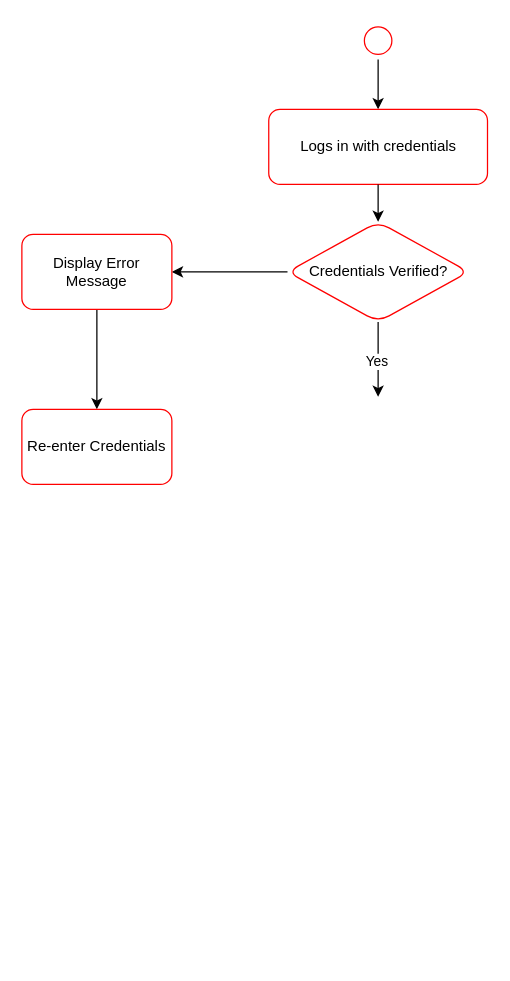
Before: DIAGRAMS/Activity Diagram 2.drawio in 551462-Design-Develop-Deploy-24-25/001-port-individual-software-project-portfolio-MMukhtar1885, a draw.io diagram. Source tidied: cells renumbered, new cells numbered last; positions are measured from the earlier drawing's top-left corner, leaving out a move shared by most shapes. Both pictures are drawn from the tidied source at 125%, with x=0, y=0 at pixel (21, 21).
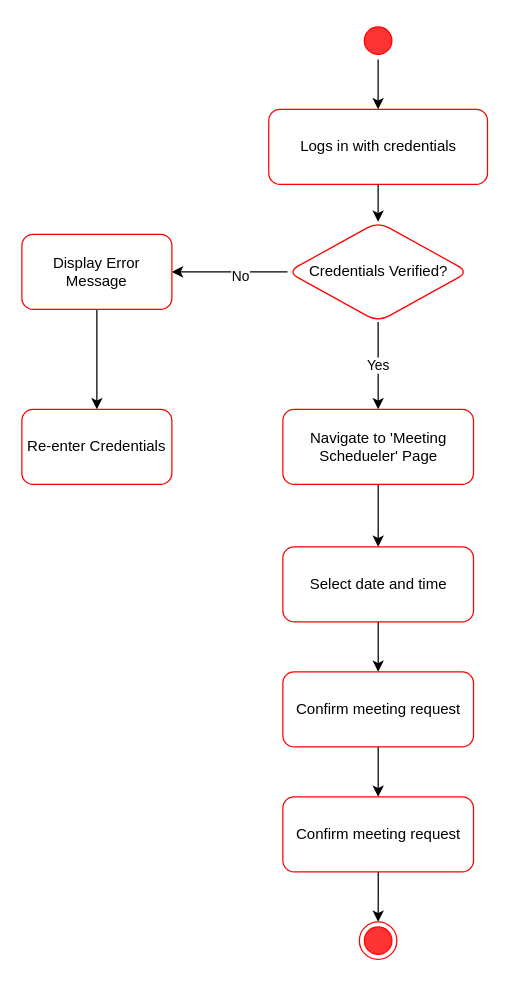
The same diagram, later.

Unchanged cells that the change refers to:
```xml
<mxCell id="8" value="Credentials Verified?" style="rhombus;whiteSpace=wrap;html=1;fillColor=#FFFFFF;strokeColor=#ff0000;rounded=1;" parent="1" vertex="1">
  <mxGeometry x="212.5" y="160" width="145" height="80" as="geometry" />
</mxCell>
<mxCell id="10" value="Display Error Message" style="whiteSpace=wrap;html=1;fillColor=#FFFFFF;strokeColor=#ff0000;rounded=1;" parent="1" vertex="1">
  <mxGeometry y="170" width="120" height="60" as="geometry" />
</mxCell>
```

The edit, as a diff of the source:
```diff
@@
-    <mxCell id="3" style="ellipse;html=1;shape=startState;fillColor=#FFFFFF;strokeColor=#ff0000;" parent="1" vertex="1">
+    <mxCell id="3" style="ellipse;html=1;shape=startState;fillColor=#FF3333;strokeColor=#ff0000;" parent="1" vertex="1">
       <mxGeometry x="270" width="30" height="30" as="geometry" />
     </mxCell>
@@
-    <mxCell id="5" style="edgeStyle=orthogonalEdgeStyle;rounded=0;jettySize=auto;html=1;" parent="1" edge="1" source="8">
-      <mxGeometry relative="1" as="geometry">
-        <mxPoint x="285" y="300" as="targetPoint" />
-      </mxGeometry>
-    </mxCell>
+    <mxCell id="7" style="edgeStyle=orthogonalEdgeStyle;rounded=0;jettySize=auto;html=1;exitX=0;exitY=0.5;exitDx=0;exitDy=0;entryX=1;entryY=0.5;entryDx=0;entryDy=0;" parent="1" edge="1" source="8" target="10">
+      <mxGeometry relative="1" as="geometry" />
+    </mxCell>
+    <mxCell id="13" value="No" style="edgeLabel;html=1;align=center;verticalAlign=middle;" parent="7" vertex="1">
+      <mxGeometry x="-0.17" y="3" relative="1" as="geometry" />
+    </mxCell>
-    <mxCell id="6" value="Yes" style="edgeLabel;html=1;align=center;verticalAlign=middle;" parent="5" vertex="1">
-      <mxGeometry x="0.07" y="-2" relative="1" as="geometry" />
+    <mxCell id="6" value="Yes" style="edgeStyle=orthogonalEdgeStyle;rounded=0;jettySize=auto;html=1;entryX=0.5;entryY=0;entryDx=0;entryDy=0;" parent="1" edge="1" source="8" target="15">
+      <mxGeometry relative="1" as="geometry" />
     </mxCell>
-    <mxCell id="7" style="edgeStyle=orthogonalEdgeStyle;rounded=0;jettySize=auto;html=1;exitX=0;exitY=0.5;exitDx=0;exitDy=0;entryX=1;entryY=0.5;entryDx=0;entryDy=0;" parent="1" edge="1" source="8" target="10">
-      <mxGeometry relative="1" as="geometry" />
-    </mxCell>
@@
+    <mxCell id="14" style="edgeStyle=orthogonalEdgeStyle;rounded=0;jettySize=auto;html=1;" parent="1" edge="1" source="15" target="17">
+      <mxGeometry relative="1" as="geometry" />
+    </mxCell>
+    <mxCell id="15" value="Navigate to 'Meeting Schedueler' Page" style="rounded=1;whiteSpace=wrap;html=1;fillColor=#FFFFFF;strokeColor=#ff0000;" parent="1" vertex="1">
+      <mxGeometry x="208.8" y="310" width="152.5" height="60" as="geometry" />
+    </mxCell>
+    <mxCell id="16" style="edgeStyle=orthogonalEdgeStyle;rounded=0;jettySize=auto;html=1;" parent="1" edge="1" source="17" target="19">
+      <mxGeometry relative="1" as="geometry" />
+    </mxCell>
+    <mxCell id="17" value="Select date and time" style="rounded=1;whiteSpace=wrap;html=1;fillColor=#FFFFFF;strokeColor=#ff0000;" parent="1" vertex="1">
+      <mxGeometry x="208.8" y="420" width="152.5" height="60" as="geometry" />
+    </mxCell>
+    <mxCell id="18" style="edgeStyle=orthogonalEdgeStyle;rounded=0;jettySize=auto;html=1;" parent="1" edge="1" source="19" target="21">
+      <mxGeometry relative="1" as="geometry" />
+    </mxCell>
+    <mxCell id="19" value="Confirm meeting request" style="rounded=1;whiteSpace=wrap;html=1;fillColor=#FFFFFF;strokeColor=#ff0000;" parent="1" vertex="1">
+      <mxGeometry x="208.8" y="520" width="152.5" height="60" as="geometry" />
+    </mxCell>
+    <mxCell id="20" style="edgeStyle=orthogonalEdgeStyle;rounded=0;jettySize=auto;html=1;entryX=0.5;entryY=0;entryDx=0;entryDy=0;" parent="1" edge="1" source="21" target="22">
+      <mxGeometry relative="1" as="geometry" />
+    </mxCell>
+    <mxCell id="21" value="Confirm meeting request" style="rounded=1;whiteSpace=wrap;html=1;fillColor=#FFFFFF;strokeColor=#ff0000;" parent="1" vertex="1">
+      <mxGeometry x="208.8" y="620" width="152.5" height="60" as="geometry" />
+    </mxCell>
+    <mxCell id="22" style="ellipse;html=1;shape=endState;fillColor=#FF3333;strokeColor=#ff0000;" parent="1" vertex="1">
+      <mxGeometry x="270" y="720" width="30" height="30" as="geometry" />
+    </mxCell>
```
